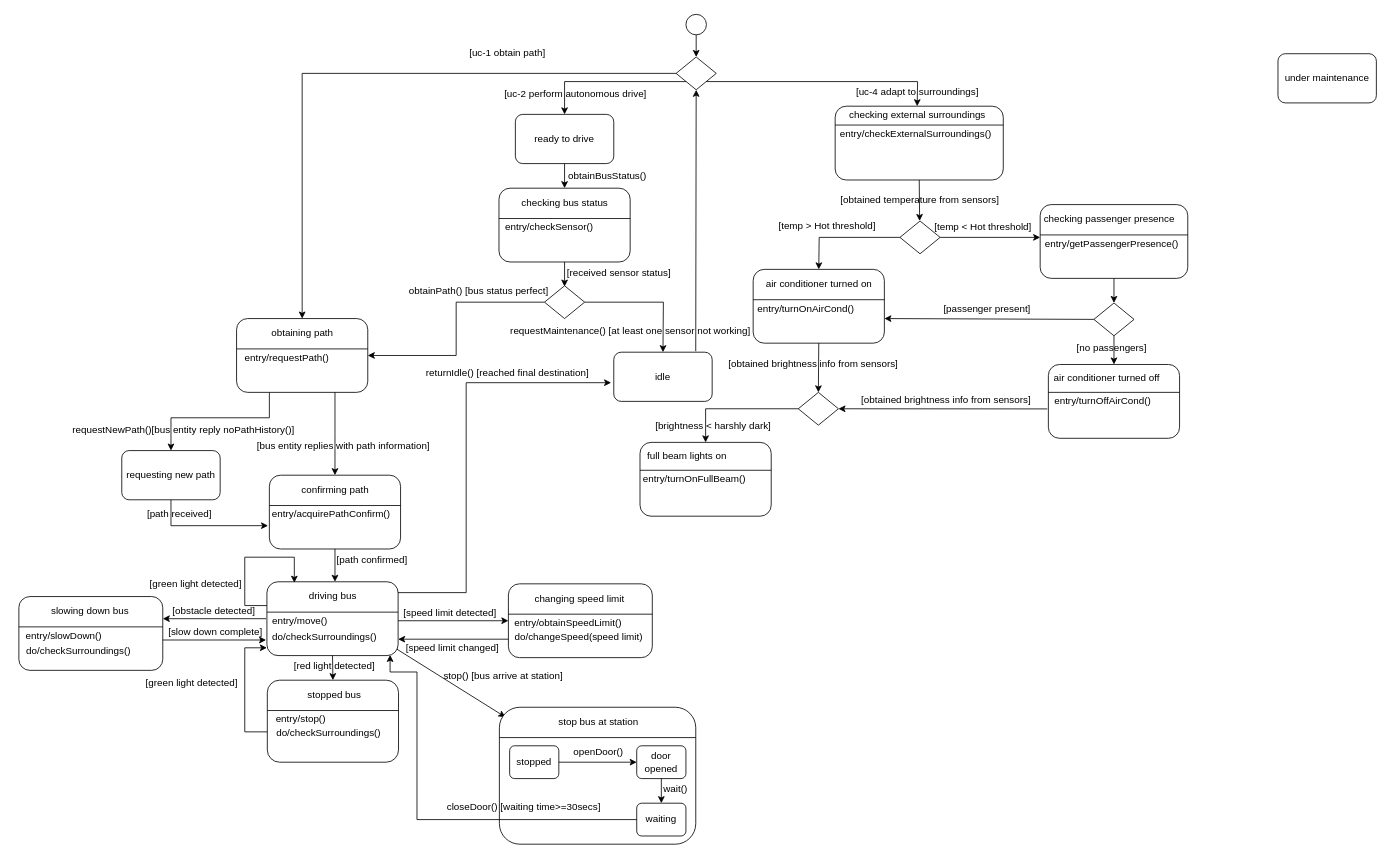
justn0thinghere/drawio keeps this draw.io diagram as stateDiagramDrivingModule.drawio. Above is the earlier version. Source tidied: cells renumbered, new cells numbered last; positions are measured from the earlier drawing's top-left corner, leaving out a move shared by most shapes. Both pictures are drawn from the tidied source at 82%, with x=0, y=0 at pixel (13, 14).
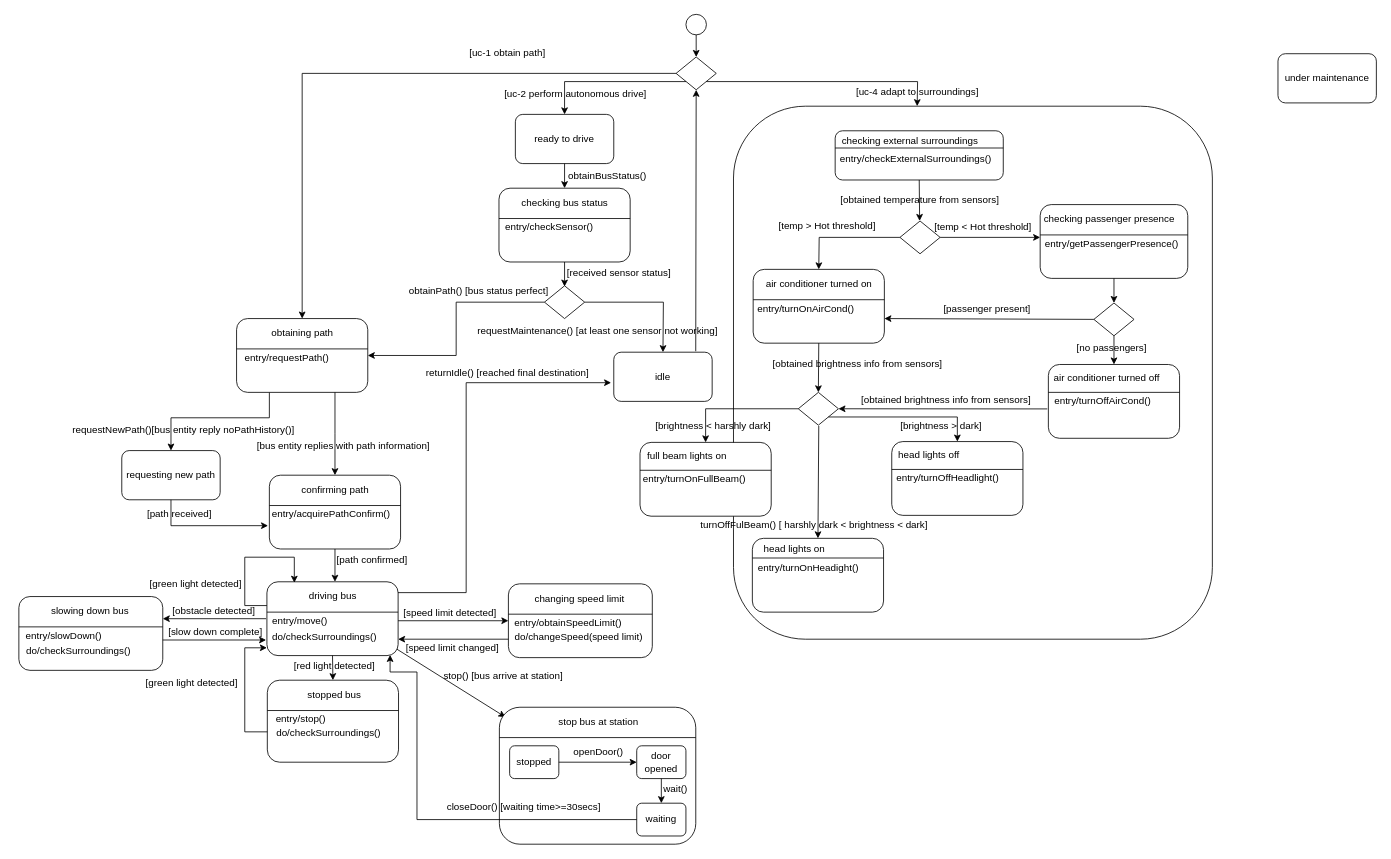
The same diagram, later.

Unchanged cells that the change refers to:
```xml
<mxCell id="125" style="rhombus;whiteSpace=wrap;html=1;" parent="1" vertex="1">
  <mxGeometry x="957" y="461" width="49" height="40" as="geometry" />
</mxCell>
```

The edit, as a diff of the source:
```diff
@@
+    <mxCell id="135" style="rounded=1;whiteSpace=wrap;html=1;" parent="1" vertex="1">
+      <mxGeometry x="878" y="112" width="584" height="650" as="geometry" />
+    </mxCell>
@@
     <mxCell id="21" value="requestMaintenance() [at least one sensor not working]" style="text;html=1;align=center;verticalAlign=middle;strokeColor=none;fillColor=none;" parent="1" vertex="1">
-      <mxGeometry x="592" y="371" width="320" height="30" as="geometry" />
+      <mxGeometry x="552.2" y="371" width="320" height="30" as="geometry" />
     </mxCell>
@@
     <mxCell id="92" style="rounded=1;whiteSpace=wrap;html=1;" parent="1" vertex="1">
-      <mxGeometry x="1002" y="112" width="205" height="90" as="geometry" />
+      <mxGeometry x="1002" y="142" width="205" height="60" as="geometry" />
     </mxCell>
     <mxCell id="93" style="line;strokeWidth=1;fillColor=none;align=left;verticalAlign=middle;spacingTop=-1;spacingLeft=3;spacingRight=3;labelPosition=right;strokeColor=inherit;" parent="1" vertex="1">
-      <mxGeometry x="1002" y="131" width="205" height="8" as="geometry" />
+      <mxGeometry x="1002" y="159" width="205" height="8" as="geometry" />
     </mxCell>
     <mxCell id="94" value="checking external surroundings" style="text;html=1;align=center;verticalAlign=middle;strokeColor=none;fillColor=none;" parent="1" vertex="1">
-      <mxGeometry x="1007" y="108" width="190" height="30" as="geometry" />
+      <mxGeometry x="998" y="139" width="190" height="30" as="geometry" />
     </mxCell>
     <mxCell id="95" value="entry/checkExternalSurroundings()" style="text;html=1;align=center;verticalAlign=middle;strokeColor=none;fillColor=none;" parent="1" vertex="1">
-      <mxGeometry x="995" y="131" width="210" height="30" as="geometry" />
+      <mxGeometry x="995" y="162" width="210" height="30" as="geometry" />
     </mxCell>
@@
     <mxCell id="127" value="[obtained brightness info from sensors]" style="text;html=1;align=center;verticalAlign=middle;strokeColor=none;fillColor=none;" parent="1" vertex="1">
-      <mxGeometry x="860" y="412" width="230" height="30" as="geometry" />
+      <mxGeometry x="914" y="412" width="230" height="30" as="geometry" />
     </mxCell>
@@
+    <mxCell id="136" style="rounded=1;whiteSpace=wrap;html=1;" parent="1" vertex="1">
+      <mxGeometry x="901" y="639" width="160" height="90" as="geometry" />
+    </mxCell>
+    <mxCell id="137" style="line;strokeWidth=1;fillColor=none;align=left;verticalAlign=middle;spacingTop=-1;spacingLeft=3;spacingRight=3;labelPosition=right;strokeColor=inherit;" parent="1" vertex="1">
+      <mxGeometry x="901" y="659" width="160" height="8" as="geometry" />
+    </mxCell>
+    <mxCell id="138" value="head lights on" style="text;html=1;align=center;verticalAlign=middle;strokeColor=none;fillColor=none;" parent="1" vertex="1">
+      <mxGeometry x="902" y="637" width="100" height="30" as="geometry" />
+    </mxCell>
+    <mxCell id="139" value="turnOffFulBeam() [ harshly dark &amp;lt; brightness &amp;lt; dark]" style="text;html=1;align=center;verticalAlign=middle;strokeColor=none;fillColor=none;" parent="1" vertex="1">
+      <mxGeometry x="826" y="608" width="300" height="30" as="geometry" />
+    </mxCell>
+    <mxCell id="140" style="endArrow=classic;html=1;rounded=0;entryX=0.5;entryY=0;entryDx=0;entryDy=0;" parent="1" edge="1" target="136">
+      <mxGeometry relative="1" as="geometry">
+        <mxPoint x="982" y="502" as="sourcePoint" />
+      </mxGeometry>
+    </mxCell>
+    <mxCell id="141" value="entry/turnOnHeadight()" style="text;html=1;align=center;verticalAlign=middle;strokeColor=none;fillColor=none;" parent="1" vertex="1">
+      <mxGeometry x="894" y="660" width="150" height="30" as="geometry" />
+    </mxCell>
+    <mxCell id="142" style="rounded=1;whiteSpace=wrap;html=1;" parent="1" vertex="1">
+      <mxGeometry x="1071" y="521" width="160" height="90" as="geometry" />
+    </mxCell>
+    <mxCell id="143" style="line;strokeWidth=1;fillColor=none;align=left;verticalAlign=middle;spacingTop=-1;spacingLeft=3;spacingRight=3;labelPosition=right;strokeColor=inherit;" parent="1" vertex="1">
+      <mxGeometry x="1071" y="551" width="160" height="8" as="geometry" />
+    </mxCell>
+    <mxCell id="144" value="head lights off" style="text;html=1;align=center;verticalAlign=middle;strokeColor=none;fillColor=none;" parent="1" vertex="1">
+      <mxGeometry x="1066" y="523" width="100" height="30" as="geometry" />
+    </mxCell>
+    <mxCell id="145" value="entry/turnOffHeadlight()" style="text;html=1;align=center;verticalAlign=middle;strokeColor=none;fillColor=none;" parent="1" vertex="1">
+      <mxGeometry x="1064" y="551" width="150" height="30" as="geometry" />
+    </mxCell>
+    <mxCell id="146" style="endArrow=classic;html=1;rounded=0;exitX=1;exitY=1;exitDx=0;exitDy=0;entryX=0.5;entryY=0;entryDx=0;entryDy=0;edgeStyle=orthogonalEdgeStyle;" parent="1" edge="1" source="125" target="142">
+      <mxGeometry relative="1" as="geometry" />
+    </mxCell>
+    <mxCell id="147" value="[brightness &amp;gt; dark]" style="text;html=1;align=center;verticalAlign=middle;strokeColor=none;fillColor=none;" parent="1" vertex="1">
+      <mxGeometry x="1071" y="487" width="120" height="30" as="geometry" />
+    </mxCell>
```
